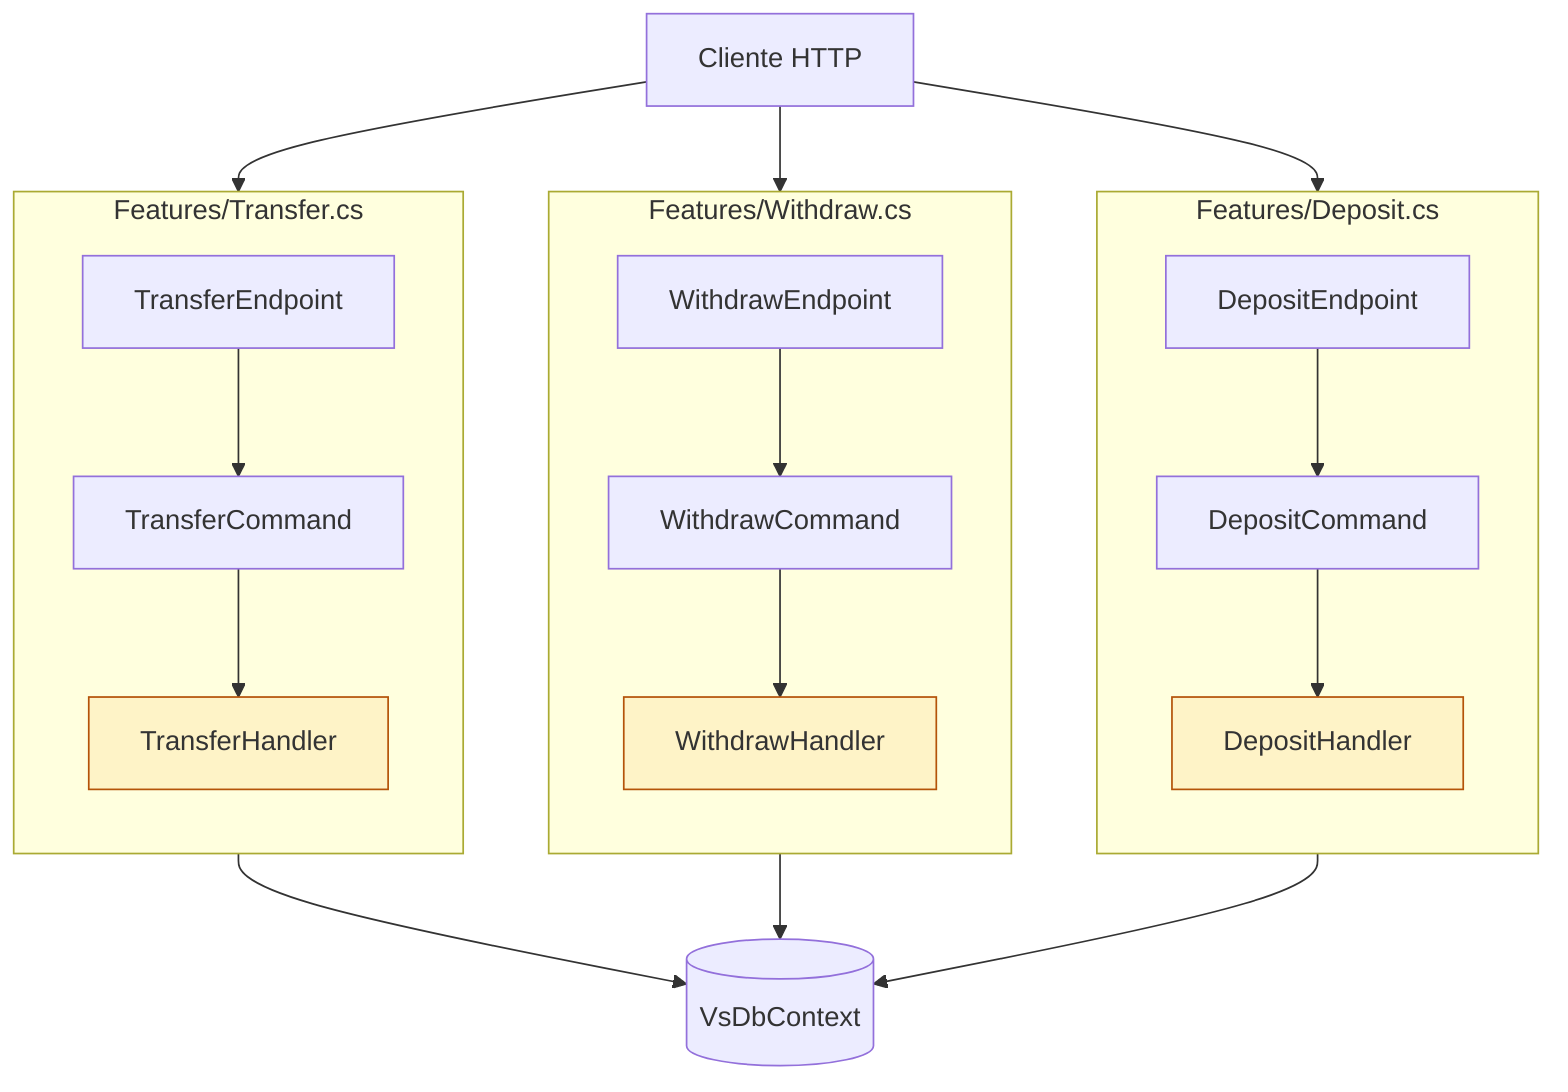
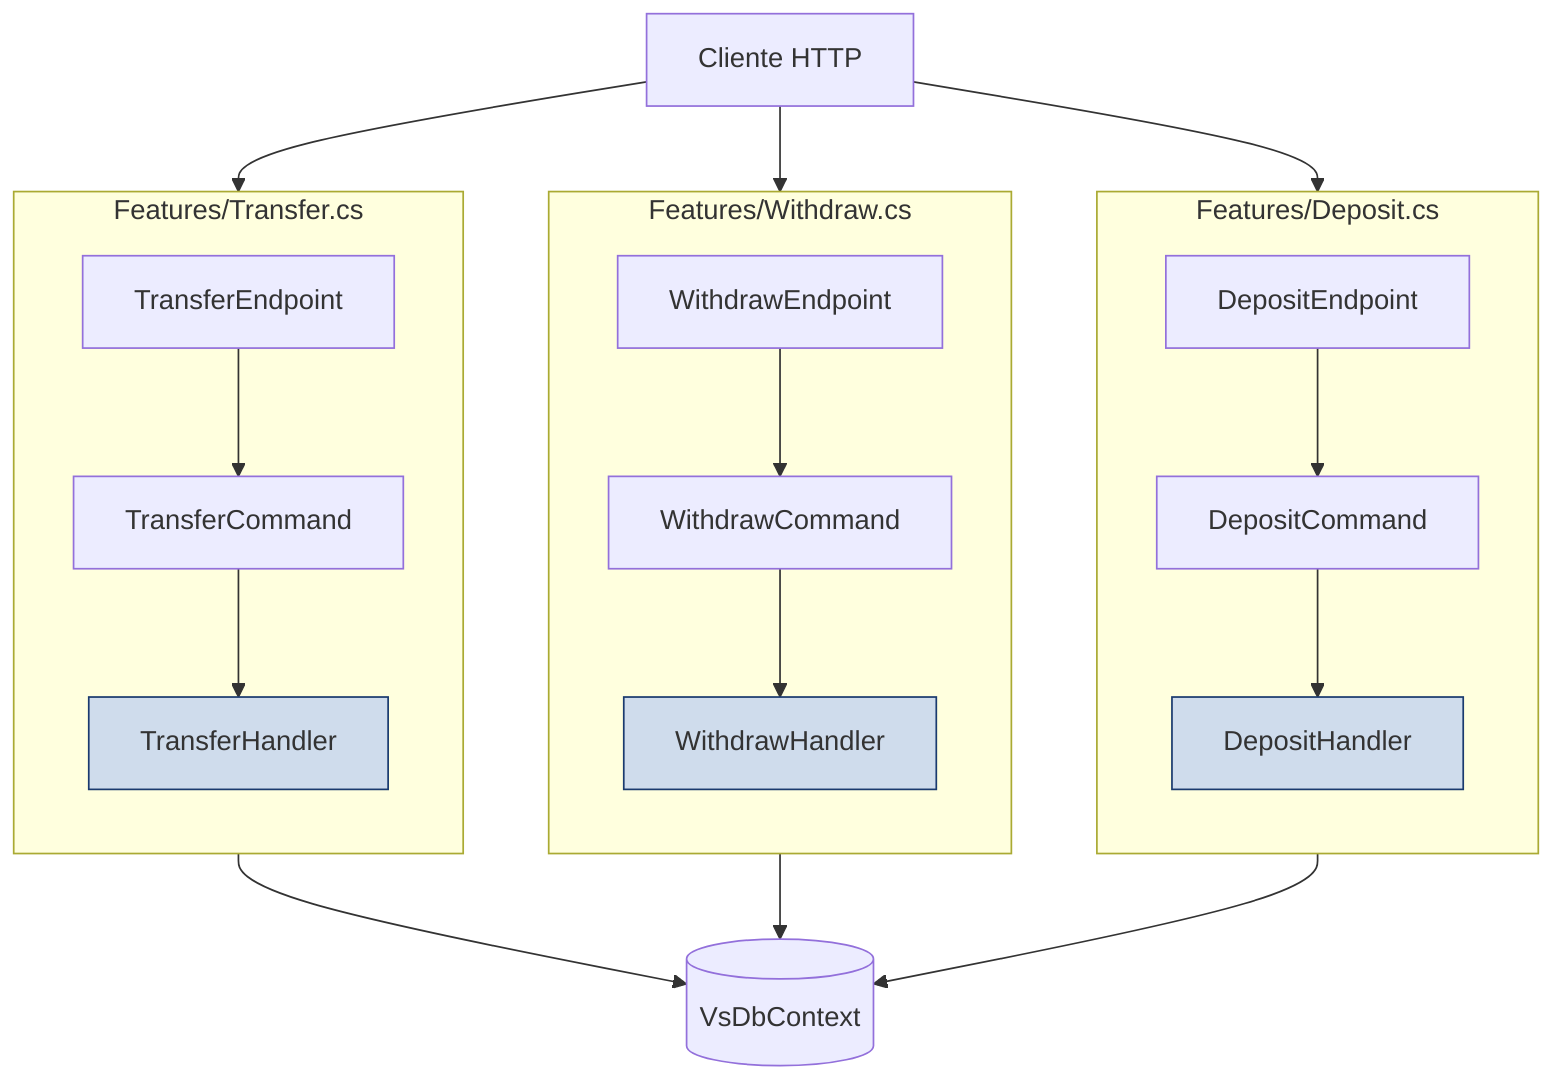
flowchart TB
    Client[Cliente HTTP]

    subgraph "Features/Deposit.cs"
      direction TB
      DE[DepositEndpoint]
      DC[DepositCommand]
      DH[DepositHandler]
      DE --> DC --> DH
    end
    subgraph "Features/Withdraw.cs"
      direction TB
      WE[WithdrawEndpoint]
      WC[WithdrawCommand]
      WH[WithdrawHandler]
      WE --> WC --> WH
    end
    subgraph "Features/Transfer.cs"
      direction TB
      TE[TransferEndpoint]
      TC[TransferCommand]
      TH[TransferHandler]
      TE --> TC --> TH
    end

    Db[(VsDbContext)]

    Client --> DE
    Client --> WE
    Client --> TE
    DH --> Db
    WH --> Db
    TH --> Db

-     style DH fill:#fef3c7,stroke:#b45309
-     style WH fill:#fef3c7,stroke:#b45309
-     style TH fill:#fef3c7,stroke:#b45309
+     style DH fill:#cfdcec,stroke:#1a3a6e
+     style WH fill:#cfdcec,stroke:#1a3a6e
+     style TH fill:#cfdcec,stroke:#1a3a6e
